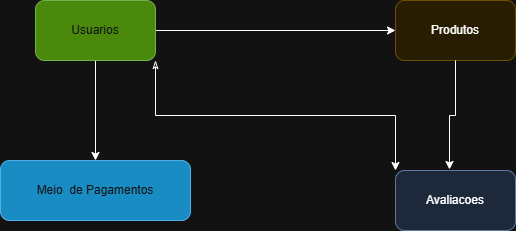
This is diagrama.png from lucasmi/meli, a draw.io export, as it was before one commit. Source tidied: cells renumbered, new cells last; positions are measured from the earlier drawing's top-left corner, leaving out a move shared by most shapes.
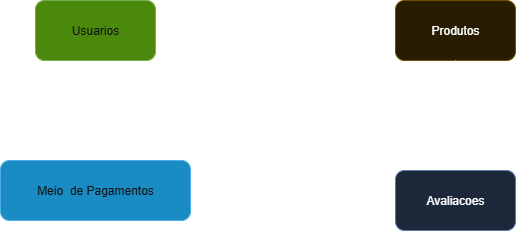
Later version of the same file.

Commit message:
Arrumando fotos

Change to the diagram source:
```diff
@@ -20,10 +20,10 @@
     <mxCell id="7" value="Meio&amp;nbsp; de Pagamentos" style="rounded=1;whiteSpace=wrap;html=1;fillColor=#1ba1e2;fontColor=#ffffff;strokeColor=#006EAF;" parent="1" vertex="1">
       <mxGeometry y="160" width="190" height="60" as="geometry" />
     </mxCell>
-    <mxCell id="8" style="edgeStyle=orthogonalEdgeStyle;rounded=0;jettySize=auto;html=1;exitX=0.5;exitY=1;exitDx=0;exitDy=0;entryX=0.45;entryY=-0.017;entryDx=0;entryDy=0;entryPerimeter=0;startArrow=none;startFill=0;" parent="1" edge="1" source="5" target="6">
+    <mxCell id="8" style="edgeStyle=orthogonalEdgeStyle;rounded=0;jettySize=auto;html=1;exitX=0.5;exitY=1;exitDx=0;exitDy=0;entryX=0.5;entryY=0;entryDx=0;entryDy=0;startArrow=none;startFill=0;" parent="1" edge="1" source="5" target="6">
       <mxGeometry relative="1" as="geometry" />
     </mxCell>
-    <mxCell id="9" style="edgeStyle=orthogonalEdgeStyle;rounded=0;jettySize=auto;html=1;exitX=1;exitY=1;exitDx=0;exitDy=0;entryX=0;entryY=0;entryDx=0;entryDy=0;startArrow=classicThin;startFill=0;" parent="1" edge="1" source="4" target="6">
+    <mxCell id="9" style="edgeStyle=orthogonalEdgeStyle;rounded=0;jettySize=auto;html=1;exitX=1;exitY=1;exitDx=0;exitDy=0;entryX=0;entryY=0;entryDx=0;entryDy=0;startArrow=none;startFill=0;" parent="1" edge="1" source="4" target="6">
       <mxGeometry relative="1" as="geometry" />
     </mxCell>
   </root>
```
